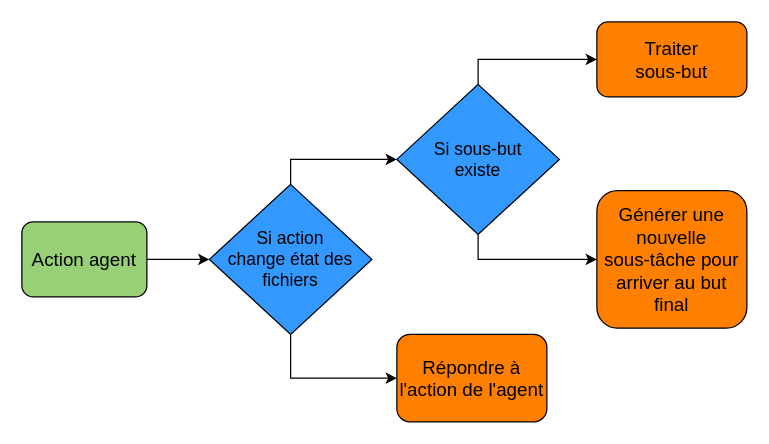
The draw.io diagram images/Conception/DM/action_diag.drawio in Wissben/Master-Thesis, before the edit. Source tidied: cells renumbered, new cells numbered last; positions are measured from the earlier drawing's top-left corner, leaving out a move shared by most shapes. Both pictures are drawn from the tidied source at 125%, with x=0, y=0 at pixel (21, 21).
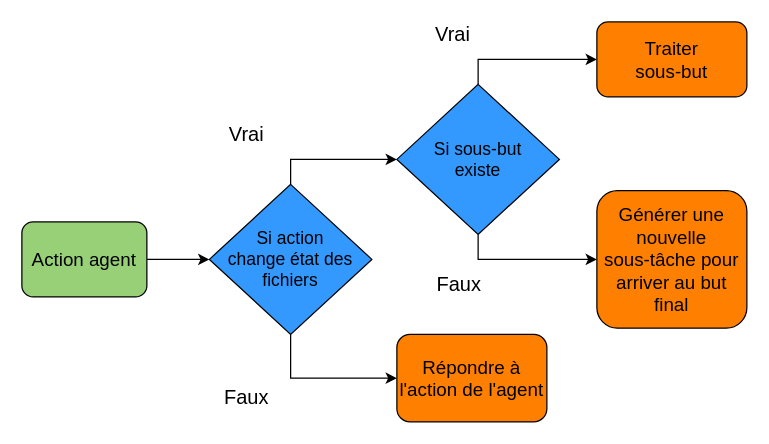
After the change.

Change to the diagram source:
```diff
@@
 <mxGraphModel>
   <root>
     <mxCell id="0" />
     <mxCell id="1" parent="0" />
     <mxCell id="2" style="edgeStyle=orthogonalEdgeStyle;rounded=0;jettySize=auto;html=1;exitX=1;exitY=0.5;exitDx=0;exitDy=0;" parent="1" edge="1" source="3" target="11">
       <mxGeometry relative="1" as="geometry" />
     </mxCell>
     <mxCell id="3" value="&lt;font style=&quot;font-size: 15px&quot;&gt;Action agent&lt;/font&gt;" style="rounded=1;whiteSpace=wrap;html=1;strokeColor=#000000;fillColor=#97D077;" parent="1" vertex="1">
       <mxGeometry y="160" width="100" height="60" as="geometry" />
     </mxCell>
     <mxCell id="4" style="edgeStyle=orthogonalEdgeStyle;rounded=0;jettySize=auto;html=1;exitX=0.5;exitY=0;exitDx=0;exitDy=0;entryX=0;entryY=0.5;entryDx=0;entryDy=0;" parent="1" edge="1" source="6" target="7">
       <mxGeometry relative="1" as="geometry" />
     </mxCell>
     <mxCell id="5" style="edgeStyle=orthogonalEdgeStyle;rounded=0;jettySize=auto;html=1;exitX=0.5;exitY=1;exitDx=0;exitDy=0;entryX=0;entryY=0.5;entryDx=0;entryDy=0;" parent="1" edge="1" source="6" target="12">
       <mxGeometry relative="1" as="geometry" />
     </mxCell>
     <mxCell id="6" value="&lt;div style=&quot;font-size: 14px&quot;&gt;&lt;font style=&quot;font-size: 14px&quot;&gt;Si sous-but&lt;/font&gt;&lt;/div&gt;&lt;div style=&quot;font-size: 14px&quot;&gt;&lt;font style=&quot;font-size: 14px&quot;&gt;existe&lt;br&gt;&lt;/font&gt;&lt;/div&gt;" style="rhombus;whiteSpace=wrap;html=1;strokeColor=#000000;fillColor=#3399FF;" parent="1" vertex="1">
       <mxGeometry x="300" y="50" width="130" height="120" as="geometry" />
     </mxCell>
     <mxCell id="7" value="&lt;div style=&quot;font-size: 15px&quot;&gt;&lt;font style=&quot;font-size: 15px&quot;&gt;Traiter &lt;br&gt;&lt;/font&gt;&lt;/div&gt;&lt;div style=&quot;font-size: 15px&quot;&gt;&lt;font style=&quot;font-size: 15px&quot;&gt;sous-but&lt;br&gt;&lt;/font&gt;&lt;/div&gt;" style="rounded=1;whiteSpace=wrap;html=1;strokeColor=#000000;fillColor=#FF8000;" parent="1" vertex="1">
       <mxGeometry x="460" width="120" height="60" as="geometry" />
     </mxCell>
     <mxCell id="8" value="&lt;div style=&quot;font-size: 15px&quot;&gt;&lt;font style=&quot;font-size: 15px&quot;&gt;Répondre à l'action de l'agent&lt;br&gt;&lt;/font&gt;&lt;/div&gt;" style="rounded=1;whiteSpace=wrap;html=1;strokeColor=#000000;fillColor=#FF8000;" parent="1" vertex="1">
       <mxGeometry x="300" y="250" width="120" height="70" as="geometry" />
     </mxCell>
     <mxCell id="9" style="edgeStyle=orthogonalEdgeStyle;rounded=0;jettySize=auto;html=1;exitX=0.5;exitY=0;exitDx=0;exitDy=0;entryX=0;entryY=0.5;entryDx=0;entryDy=0;" parent="1" edge="1" source="11" target="6">
       <mxGeometry relative="1" as="geometry" />
     </mxCell>
     <mxCell id="10" style="edgeStyle=orthogonalEdgeStyle;rounded=0;jettySize=auto;html=1;exitX=0.5;exitY=1;exitDx=0;exitDy=0;entryX=0;entryY=0.5;entryDx=0;entryDy=0;" parent="1" edge="1" source="11" target="8">
       <mxGeometry relative="1" as="geometry" />
     </mxCell>
     <mxCell id="11" value="&lt;div style=&quot;font-size: 14px&quot;&gt;&lt;font style=&quot;font-size: 14px&quot;&gt;Si action &lt;br&gt;&lt;/font&gt;&lt;/div&gt;&lt;div style=&quot;font-size: 14px&quot;&gt;&lt;font style=&quot;font-size: 14px&quot;&gt;change état des &lt;br&gt;&lt;/font&gt;&lt;/div&gt;&lt;div style=&quot;font-size: 14px&quot;&gt;&lt;font style=&quot;font-size: 14px&quot;&gt;fichiers&lt;/font&gt;&lt;br&gt;&lt;/div&gt;" style="rhombus;whiteSpace=wrap;html=1;strokeColor=#000000;fillColor=#3399FF;" parent="1" vertex="1">
       <mxGeometry x="150" y="130" width="130" height="120" as="geometry" />
     </mxCell>
     <mxCell id="12" value="&lt;div style=&quot;font-size: 15px&quot;&gt;&lt;font style=&quot;font-size: 15px&quot;&gt;Générer une &lt;br&gt;&lt;/font&gt;&lt;/div&gt;&lt;div style=&quot;font-size: 15px&quot;&gt;&lt;font style=&quot;font-size: 15px&quot;&gt;nouvelle &lt;br&gt;&lt;/font&gt;&lt;/div&gt;&lt;div style=&quot;font-size: 15px&quot;&gt;&lt;font style=&quot;font-size: 15px&quot;&gt;sous-tâche&lt;/font&gt; pour arriver au but &lt;br&gt;&lt;/div&gt;&lt;div style=&quot;font-size: 15px&quot;&gt;final&lt;br&gt;&lt;/div&gt;" style="rounded=1;whiteSpace=wrap;html=1;strokeColor=#000000;fillColor=#FF8000;" parent="1" vertex="1">
       <mxGeometry x="460" y="135" width="120" height="110" as="geometry" />
     </mxCell>
+    <mxCell id="13" value="&lt;font style=&quot;font-size: 16px&quot;&gt;Vrai&lt;/font&gt;" style="text;html=1;strokeColor=none;fillColor=none;align=center;verticalAlign=middle;whiteSpace=wrap;rounded=0;" parent="1" vertex="1">
+      <mxGeometry x="160" y="80" width="40" height="20" as="geometry" />
+    </mxCell>
+    <mxCell id="14" value="&lt;font style=&quot;font-size: 16px&quot;&gt;Vrai&lt;/font&gt;" style="text;html=1;strokeColor=none;fillColor=none;align=center;verticalAlign=middle;whiteSpace=wrap;rounded=0;" parent="1" vertex="1">
+      <mxGeometry x="325" width="40" height="20" as="geometry" />
+    </mxCell>
+    <mxCell id="15" value="&lt;font style=&quot;font-size: 16px&quot;&gt;Faux&lt;/font&gt;" style="text;html=1;strokeColor=none;fillColor=none;align=center;verticalAlign=middle;whiteSpace=wrap;rounded=0;" parent="1" vertex="1">
+      <mxGeometry x="160" y="290" width="40" height="20" as="geometry" />
+    </mxCell>
+    <mxCell id="16" value="&lt;font style=&quot;font-size: 16px&quot;&gt;Faux&lt;/font&gt;" style="text;html=1;strokeColor=none;fillColor=none;align=center;verticalAlign=middle;whiteSpace=wrap;rounded=0;" parent="1" vertex="1">
+      <mxGeometry x="330" y="200" width="40" height="20" as="geometry" />
+    </mxCell>
   </root>
 </mxGraphModel>
```
